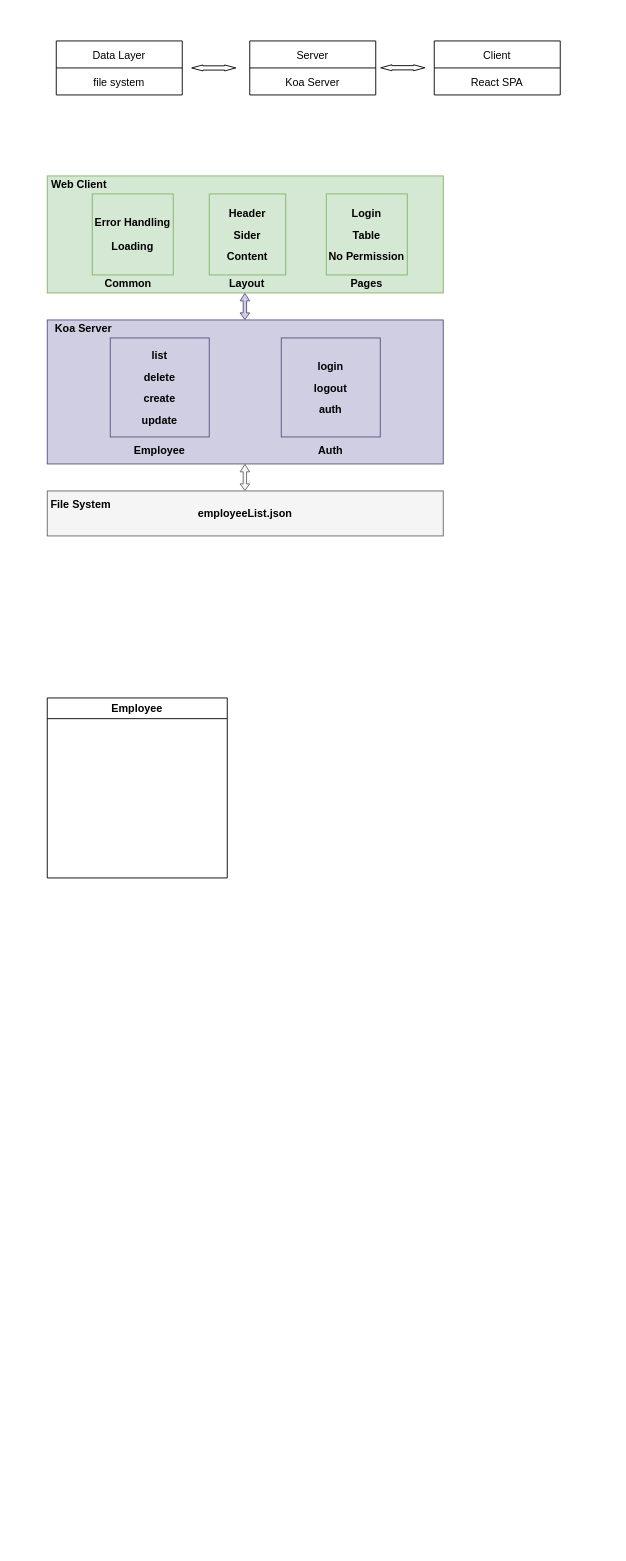
The draw.io diagram shopee entry task.drawio in ykli109/drawio, before the edit. Source tidied: cells renumbered, new cells numbered last; positions are measured from the earlier drawing's top-left corner, leaving out a move shared by most shapes. Both pictures are drawn from the tidied source at 90%, with x=0, y=0 at pixel (42, 40).
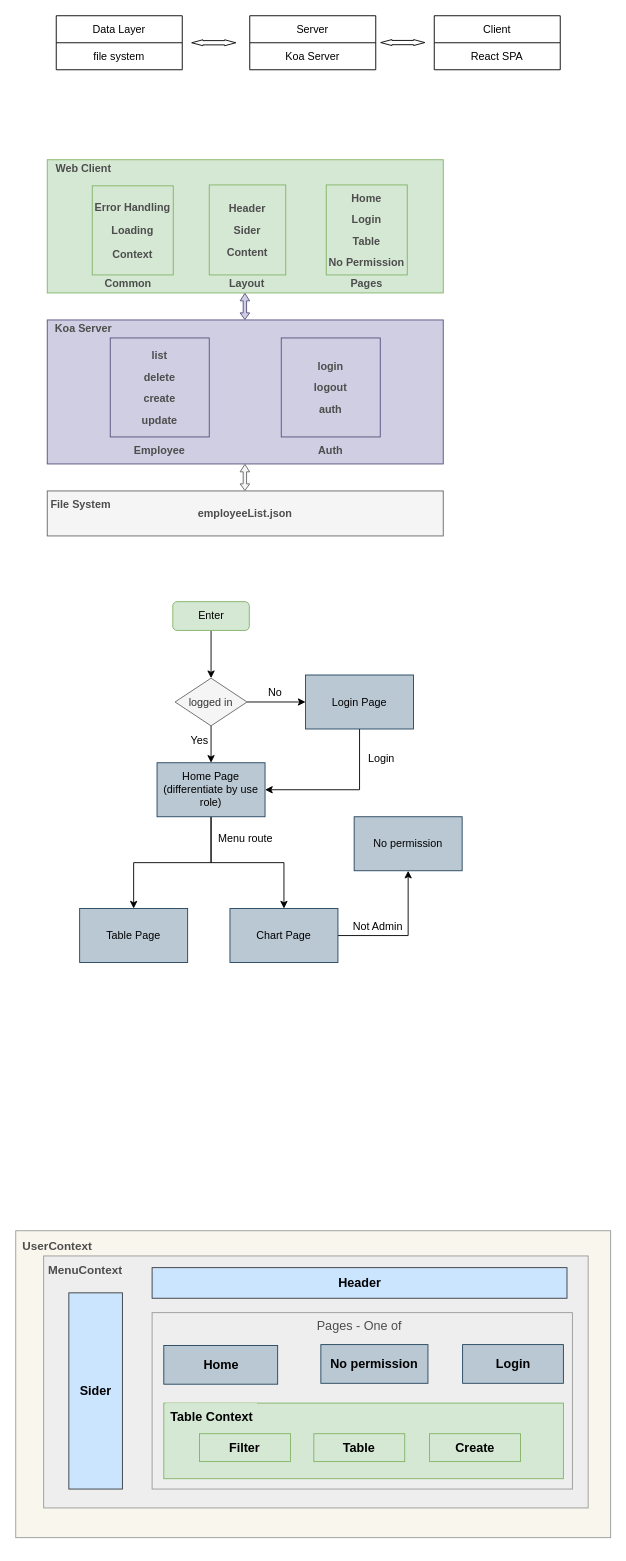
The same diagram, later.

Diff of the diagram source:
```diff
@@
-    <mxCell id="2" style="rounded=0;whiteSpace=wrap;html=1;align=center;fillColor=#d0cee2;strokeColor=#56517e;fontColor=#000000;fontStyle=1;" parent="1" vertex="1">
+    <mxCell id="2" style="rounded=0;whiteSpace=wrap;html=1;align=center;fillColor=#d0cee2;strokeColor=#56517e;fontColor=#4D4D4D;fontStyle=1;" parent="1" vertex="1">
       <mxGeometry x="5" y="310" width="440" height="160" as="geometry" />
     </mxCell>
-    <mxCell id="3" value="Koa Server" style="text;html=1;align=center;verticalAlign=middle;strokeColor=none;fillColor=none;fontColor=#000000;fontStyle=1;" parent="1" vertex="1">
+    <mxCell id="3" value="Koa Server" style="text;html=1;align=center;verticalAlign=middle;strokeColor=none;fillColor=none;fontColor=#4D4D4D;fontStyle=1;" parent="1" vertex="1">
       <mxGeometry x="5" y="310" width="80" height="20" as="geometry" />
     </mxCell>
-    <mxCell id="4" value="&lt;p style=&quot;line-height: 2&quot;&gt;list&lt;br&gt;delete&lt;br&gt;create&lt;br&gt;update&lt;/p&gt;" style="rounded=0;whiteSpace=wrap;html=1;fillColor=#d0cee2;strokeColor=#56517e;fontColor=#000000;fontStyle=1;" parent="1" vertex="1">
+    <mxCell id="4" value="&lt;p style=&quot;line-height: 2&quot;&gt;list&lt;br&gt;delete&lt;br&gt;create&lt;br&gt;update&lt;/p&gt;" style="rounded=0;whiteSpace=wrap;html=1;fillColor=#d0cee2;strokeColor=#56517e;fontColor=#4D4D4D;fontStyle=1;" parent="1" vertex="1">
       <mxGeometry x="75" y="330" width="110" height="110" as="geometry" />
     </mxCell>
-    <mxCell id="5" value="Employee" style="text;html=1;strokeColor=none;fillColor=none;align=center;verticalAlign=middle;whiteSpace=wrap;rounded=0;fontColor=#000000;fontStyle=1;" parent="1" vertex="1">
+    <mxCell id="5" value="Employee" style="text;html=1;strokeColor=none;fillColor=none;align=center;verticalAlign=middle;whiteSpace=wrap;rounded=0;fontColor=#4D4D4D;fontStyle=1;" parent="1" vertex="1">
       <mxGeometry x="100" y="440" width="60" height="30" as="geometry" />
     </mxCell>
-    <mxCell id="6" value="&lt;p style=&quot;line-height: 2&quot;&gt;login&lt;br&gt;logout&lt;br&gt;auth&lt;/p&gt;" style="rounded=0;whiteSpace=wrap;html=1;fillColor=#d0cee2;strokeColor=#56517e;fontColor=#000000;fontStyle=1;" parent="1" vertex="1">
+    <mxCell id="6" value="&lt;p style=&quot;line-height: 2&quot;&gt;login&lt;br&gt;logout&lt;br&gt;auth&lt;/p&gt;" style="rounded=0;whiteSpace=wrap;html=1;fillColor=#d0cee2;strokeColor=#56517e;fontColor=#4D4D4D;fontStyle=1;" parent="1" vertex="1">
       <mxGeometry x="265" y="330" width="110" height="110" as="geometry" />
     </mxCell>
-    <mxCell id="7" value="Auth" style="text;html=1;strokeColor=none;fillColor=none;align=center;verticalAlign=middle;whiteSpace=wrap;rounded=0;fontColor=#000000;fontStyle=1;" parent="1" vertex="1">
+    <mxCell id="7" value="Auth" style="text;html=1;strokeColor=none;fillColor=none;align=center;verticalAlign=middle;whiteSpace=wrap;rounded=0;fontColor=#4D4D4D;fontStyle=1;" parent="1" vertex="1">
       <mxGeometry x="290" y="440" width="60" height="30" as="geometry" />
     </mxCell>
     <mxCell id="8" value="Data Layer" style="swimlane;fontStyle=0;horizontal=1;startSize=30;" parent="1" vertex="1">
-      <mxGeometry x="15" width="140" height="60" as="geometry" />
+      <mxGeometry x="15" y="-28" width="140" height="60" as="geometry" />
     </mxCell>
@@
     <mxCell id="10" value="Server" style="swimlane;fontStyle=0;horizontal=1;startSize=30;" parent="1" vertex="1">
-      <mxGeometry x="230" width="140" height="60" as="geometry" />
+      <mxGeometry x="230" y="-28" width="140" height="60" as="geometry" />
     </mxCell>
@@
     <mxCell id="12" value="Client" style="swimlane;fontStyle=0;horizontal=1;startSize=30;" parent="1" vertex="1">
-      <mxGeometry x="435" width="140" height="60" as="geometry" />
+      <mxGeometry x="435" y="-28" width="140" height="60" as="geometry" />
     </mxCell>
@@
     <mxCell id="14" style="shape=flexArrow;endArrow=classic;startArrow=classic;html=1;rounded=0;width=4.7407407407407405;endSize=3.8087591240875915;endWidth=0.9137604758042716;startWidth=0.9137604758042716;startSize=3.8087591240875915;" parent="1" edge="1">
       <mxGeometry relative="1" as="geometry">
-        <mxPoint x="165" y="30" as="sourcePoint" />
-        <mxPoint x="215" y="30" as="targetPoint" />
+        <mxPoint x="165" y="2" as="sourcePoint" />
+        <mxPoint x="215" y="2" as="targetPoint" />
       </mxGeometry>
     </mxCell>
     <mxCell id="15" style="shape=flexArrow;endArrow=classic;startArrow=classic;html=1;rounded=0;width=4.7407407407407405;endSize=3.8087591240875915;endWidth=0.9137604758042716;startWidth=0.9137604758042716;startSize=3.8087591240875915;" parent="1" edge="1">
       <mxGeometry relative="1" as="geometry">
-        <mxPoint x="375" y="29.8" as="sourcePoint" />
-        <mxPoint x="425" y="29.8" as="targetPoint" />
+        <mxPoint x="375" y="1.8" as="sourcePoint" />
+        <mxPoint x="425" y="1.8" as="targetPoint" />
       </mxGeometry>
     </mxCell>
-    <mxCell id="16" value="employeeList.json" style="rounded=0;whiteSpace=wrap;html=1;align=center;fillColor=#f5f5f5;fontColor=#000000;strokeColor=#666666;fontStyle=1;" parent="1" vertex="1">
+    <mxCell id="16" value="employeeList.json" style="rounded=0;whiteSpace=wrap;html=1;align=center;fillColor=#f5f5f5;fontColor=#4D4D4D;strokeColor=#666666;fontStyle=1;" parent="1" vertex="1">
       <mxGeometry x="5" y="500" width="440" height="50" as="geometry" />
     </mxCell>
-    <mxCell id="17" value="File System" style="text;html=1;strokeColor=none;fillColor=none;align=center;verticalAlign=middle;whiteSpace=wrap;rounded=0;fontColor=#000000;fontStyle=1;" parent="1" vertex="1">
+    <mxCell id="17" value="File System" style="text;html=1;strokeColor=none;fillColor=none;align=center;verticalAlign=middle;whiteSpace=wrap;rounded=0;fontColor=#4D4D4D;fontStyle=1;" parent="1" vertex="1">
       <mxGeometry x="5" y="500" width="75" height="30" as="geometry" />
     </mxCell>
-    <mxCell id="18" value="Employee" style="swimlane;" parent="1" vertex="1">
-      <mxGeometry x="5" y="730" width="200" height="200" as="geometry" />
-    </mxCell>
-    <mxCell id="19" style="rounded=0;whiteSpace=wrap;html=1;align=center;fillColor=#d5e8d4;strokeColor=#82b366;fontColor=#000000;fontStyle=1;" parent="1" vertex="1">
-      <mxGeometry x="5" y="150" width="440" height="130" as="geometry" />
+    <mxCell id="19" style="rounded=0;whiteSpace=wrap;html=1;align=center;fillColor=#d5e8d4;strokeColor=#82b366;fontColor=#4D4D4D;fontStyle=1;" parent="1" vertex="1">
+      <mxGeometry x="5" y="132" width="440" height="148" as="geometry" />
     </mxCell>
-    <mxCell id="20" value="Web Client" style="text;html=1;align=center;verticalAlign=middle;strokeColor=none;fillColor=none;fontColor=#000000;fontStyle=1;" parent="1" vertex="1">
-      <mxGeometry y="150" width="80" height="20" as="geometry" />
+    <mxCell id="20" value="Web Client" style="text;html=1;align=center;verticalAlign=middle;strokeColor=none;fillColor=none;fontColor=#4D4D4D;fontStyle=1;" parent="1" vertex="1">
+      <mxGeometry x="5" y="132" width="80" height="20" as="geometry" />
     </mxCell>
-    <mxCell id="21" value="&lt;p style=&quot;line-height: 2&quot;&gt;Header&lt;br&gt;Sider&lt;br&gt;Content&lt;br&gt;&lt;/p&gt;" style="rounded=0;whiteSpace=wrap;html=1;fillColor=#d5e8d4;strokeColor=#82b366;fontColor=#000000;fontStyle=1;" parent="1" vertex="1">
-      <mxGeometry x="185" y="170" width="85" height="90" as="geometry" />
+    <mxCell id="21" value="&lt;p style=&quot;line-height: 2&quot;&gt;Header&lt;br&gt;Sider&lt;br&gt;Content&lt;br&gt;&lt;/p&gt;" style="rounded=0;whiteSpace=wrap;html=1;fillColor=#d5e8d4;strokeColor=#82b366;fontColor=#4D4D4D;fontStyle=1;" parent="1" vertex="1">
+      <mxGeometry x="185" y="160" width="85" height="100" as="geometry" />
     </mxCell>
-    <mxCell id="22" value="&lt;p style=&quot;line-height: 1&quot;&gt;Login&lt;/p&gt;&lt;p style=&quot;line-height: 1&quot;&gt;Table&lt;/p&gt;&lt;p style=&quot;line-height: 1&quot;&gt;No Permission&lt;/p&gt;" style="rounded=0;whiteSpace=wrap;html=1;fillColor=#d5e8d4;strokeColor=#82b366;fontColor=#000000;fontStyle=1;" parent="1" vertex="1">
-      <mxGeometry x="315" y="170" width="90" height="90" as="geometry" />
+    <mxCell id="22" value="&lt;p style=&quot;line-height: 1&quot;&gt;Home&lt;/p&gt;&lt;p style=&quot;line-height: 1&quot;&gt;Login&lt;/p&gt;&lt;p style=&quot;line-height: 1&quot;&gt;Table&lt;/p&gt;&lt;p style=&quot;line-height: 1&quot;&gt;No Permission&lt;/p&gt;" style="rounded=0;whiteSpace=wrap;html=1;fillColor=#d5e8d4;strokeColor=#82b366;fontColor=#4D4D4D;fontStyle=1;" parent="1" vertex="1">
+      <mxGeometry x="315" y="160" width="90" height="100" as="geometry" />
     </mxCell>
-    <mxCell id="23" value="&lt;p style=&quot;line-height: 1.2&quot;&gt;Error Handling&lt;/p&gt;&lt;p style=&quot;line-height: 1.2&quot;&gt;Loading&lt;/p&gt;" style="rounded=0;whiteSpace=wrap;html=1;fillColor=#d5e8d4;strokeColor=#82b366;fontColor=#000000;fontStyle=1;" parent="1" vertex="1">
-      <mxGeometry x="55" y="170" width="90" height="90" as="geometry" />
+    <mxCell id="23" value="&lt;p style=&quot;line-height: 1.2&quot;&gt;Error Handling&lt;/p&gt;&lt;p style=&quot;line-height: 1.2&quot;&gt;Loading&lt;/p&gt;&lt;p style=&quot;line-height: 1.2&quot;&gt;Context&lt;/p&gt;" style="rounded=0;whiteSpace=wrap;html=1;fillColor=#d5e8d4;strokeColor=#82b366;fontColor=#4D4D4D;fontStyle=1;" parent="1" vertex="1">
+      <mxGeometry x="55" y="161" width="90" height="99" as="geometry" />
     </mxCell>
-    <mxCell id="24" value="Common" style="text;html=1;strokeColor=none;fillColor=none;align=center;verticalAlign=middle;whiteSpace=wrap;rounded=0;fontColor=#000000;fontStyle=1;" parent="1" vertex="1">
+    <mxCell id="24" value="Common" style="text;html=1;strokeColor=none;fillColor=none;align=center;verticalAlign=middle;whiteSpace=wrap;rounded=0;fontColor=#4D4D4D;fontStyle=1;" parent="1" vertex="1">
       <mxGeometry x="65" y="260" width="60" height="20" as="geometry" />
     </mxCell>
-    <mxCell id="25" value="Layout" style="text;html=1;strokeColor=none;fillColor=none;align=center;verticalAlign=middle;whiteSpace=wrap;rounded=0;fontColor=#000000;fontStyle=1;" parent="1" vertex="1">
+    <mxCell id="25" value="Layout" style="text;html=1;strokeColor=none;fillColor=none;align=center;verticalAlign=middle;whiteSpace=wrap;rounded=0;fontColor=#4D4D4D;fontStyle=1;" parent="1" vertex="1">
       <mxGeometry x="197.5" y="260" width="57.5" height="20" as="geometry" />
     </mxCell>
-    <mxCell id="26" value="Pages" style="text;html=1;strokeColor=none;fillColor=none;align=center;verticalAlign=middle;whiteSpace=wrap;rounded=0;fontColor=#000000;fontStyle=1;" parent="1" vertex="1">
+    <mxCell id="26" value="Pages" style="text;html=1;strokeColor=none;fillColor=none;align=center;verticalAlign=middle;whiteSpace=wrap;rounded=0;fontColor=#4D4D4D;fontStyle=1;" parent="1" vertex="1">
       <mxGeometry x="331.2" y="260" width="57.5" height="20" as="geometry" />
     </mxCell>
-    <mxCell id="27" style="shape=flexArrow;endArrow=classic;startArrow=classic;html=1;rounded=0;fontColor=#000000;endWidth=5.766871165644171;endSize=2.411764705882353;startWidth=5.766871165644171;startSize=2.1231578947368424;width=3.789473684210526;fillColor=#d0cee2;strokeColor=#56517e;" parent="1" edge="1">
+    <mxCell id="27" style="shape=flexArrow;endArrow=classic;startArrow=classic;html=1;rounded=0;fontColor=#4D4D4D;endWidth=5.766871165644171;endSize=2.411764705882353;startWidth=5.766871165644171;startSize=2.1231578947368424;width=3.789473684210526;fillColor=#d0cee2;strokeColor=#56517e;" parent="1" edge="1">
       <mxGeometry relative="1" as="geometry">
         <mxPoint x="224.6" y="310" as="sourcePoint" />
         <mxPoint x="224.6" y="280" as="targetPoint" />
       </mxGeometry>
     </mxCell>
-    <mxCell id="28" style="shape=flexArrow;endArrow=classic;startArrow=classic;html=1;rounded=0;fontColor=#000000;endWidth=5.766871165644171;endSize=2.411764705882353;startWidth=5.766871165644171;startSize=2.1231578947368424;width=3.789473684210526;fillColor=#f5f5f5;strokeColor=#666666;" parent="1" edge="1">
+    <mxCell id="28" style="shape=flexArrow;endArrow=classic;startArrow=classic;html=1;rounded=0;fontColor=#4D4D4D;endWidth=5.766871165644171;endSize=2.411764705882353;startWidth=5.766871165644171;startSize=2.1231578947368424;width=3.789473684210526;fillColor=#f5f5f5;strokeColor=#666666;" parent="1" edge="1">
       <mxGeometry relative="1" as="geometry">
         <mxPoint x="224.6" y="500" as="sourcePoint" />
         <mxPoint x="224.6" y="470" as="targetPoint" />
       </mxGeometry>
     </mxCell>
+    <mxCell id="29" style="edgeStyle=orthogonalEdgeStyle;rounded=0;jettySize=auto;html=1;exitX=0.5;exitY=1;exitDx=0;exitDy=0;entryX=0.5;entryY=0;entryDx=0;entryDy=0;" parent="1" edge="1" source="30" target="33">
+      <mxGeometry relative="1" as="geometry" />
+    </mxCell>
+    <mxCell id="30" value="Enter" style="rounded=1;whiteSpace=wrap;html=1;fillColor=#d5e8d4;strokeColor=#82b366;" parent="1" vertex="1">
+      <mxGeometry x="144.5" y="623" width="85" height="32" as="geometry" />
+    </mxCell>
+    <mxCell id="31" style="edgeStyle=orthogonalEdgeStyle;rounded=0;jettySize=auto;html=1;exitX=1;exitY=0.5;exitDx=0;exitDy=0;entryX=0;entryY=0.5;entryDx=0;entryDy=0;" parent="1" edge="1" source="33" target="36">
+      <mxGeometry relative="1" as="geometry" />
+    </mxCell>
+    <mxCell id="32" style="edgeStyle=orthogonalEdgeStyle;rounded=0;jettySize=auto;html=1;exitX=0.5;exitY=1;exitDx=0;exitDy=0;entryX=0.5;entryY=0;entryDx=0;entryDy=0;" parent="1" edge="1" source="33" target="39">
+      <mxGeometry relative="1" as="geometry" />
+    </mxCell>
+    <mxCell id="33" value="logged in" style="rhombus;whiteSpace=wrap;html=1;fillColor=#f5f5f5;strokeColor=#666666;fontColor=#333333;" parent="1" vertex="1">
+      <mxGeometry x="147" y="708" width="80" height="53" as="geometry" />
+    </mxCell>
+    <mxCell id="34" style="edgeStyle=orthogonalEdgeStyle;rounded=0;orthogonalLoop=1;jettySize=auto;html=1;exitX=0.5;exitY=1;exitDx=0;exitDy=0;" parent="1" edge="1" source="33" target="33">
+      <mxGeometry relative="1" as="geometry" />
+    </mxCell>
+    <mxCell id="35" style="edgeStyle=orthogonalEdgeStyle;rounded=0;jettySize=auto;html=1;exitX=0.5;exitY=1;exitDx=0;exitDy=0;entryX=1;entryY=0.5;entryDx=0;entryDy=0;" parent="1" edge="1" source="36" target="39">
+      <mxGeometry relative="1" as="geometry" />
+    </mxCell>
+    <mxCell id="36" value="Login Page" style="rounded=0;whiteSpace=wrap;html=1;fillColor=#bac8d3;strokeColor=#23445d;" parent="1" vertex="1">
+      <mxGeometry x="292" y="704.5" width="120" height="60" as="geometry" />
+    </mxCell>
+    <mxCell id="37" style="edgeStyle=orthogonalEdgeStyle;rounded=0;jettySize=auto;html=1;exitX=0.5;exitY=1;exitDx=0;exitDy=0;entryX=0.5;entryY=0;entryDx=0;entryDy=0;" parent="1" edge="1" source="39" target="40">
+      <mxGeometry relative="1" as="geometry" />
+    </mxCell>
+    <mxCell id="38" style="edgeStyle=orthogonalEdgeStyle;rounded=0;jettySize=auto;html=1;exitX=0.5;exitY=1;exitDx=0;exitDy=0;" parent="1" edge="1" source="39" target="46">
+      <mxGeometry relative="1" as="geometry" />
+    </mxCell>
+    <mxCell id="39" value="Home Page&lt;br&gt;(differentiate by use role)" style="rounded=0;whiteSpace=wrap;html=1;fillColor=#bac8d3;strokeColor=#23445d;" parent="1" vertex="1">
+      <mxGeometry x="127" y="802" width="120" height="60" as="geometry" />
+    </mxCell>
+    <mxCell id="40" value="Table Page" style="rounded=0;whiteSpace=wrap;html=1;fillColor=#bac8d3;strokeColor=#23445d;" parent="1" vertex="1">
+      <mxGeometry x="41" y="964" width="120" height="60" as="geometry" />
+    </mxCell>
+    <mxCell id="41" value="Yes" style="text;html=1;align=center;verticalAlign=middle;strokeColor=none;fillColor=none;" parent="1" vertex="1">
+      <mxGeometry x="159" y="769" width="30" height="18" as="geometry" />
+    </mxCell>
+    <mxCell id="42" value="No" style="text;html=1;align=center;verticalAlign=middle;strokeColor=none;fillColor=none;" parent="1" vertex="1">
+      <mxGeometry x="245" y="715" width="25" height="18" as="geometry" />
+    </mxCell>
+    <mxCell id="43" value="Login" style="text;html=1;align=center;verticalAlign=middle;strokeColor=none;fillColor=none;" parent="1" vertex="1">
+      <mxGeometry x="356" y="789" width="39" height="18" as="geometry" />
+    </mxCell>
+    <mxCell id="44" value="Menu route" style="text;html=1;align=center;verticalAlign=middle;strokeColor=none;fillColor=none;" parent="1" vertex="1">
+      <mxGeometry x="189" y="878" width="71" height="18" as="geometry" />
+    </mxCell>
+    <mxCell id="45" style="edgeStyle=orthogonalEdgeStyle;rounded=0;jettySize=auto;html=1;exitX=1;exitY=0.5;exitDx=0;exitDy=0;entryX=0.5;entryY=1;entryDx=0;entryDy=0;" parent="1" edge="1" source="46" target="47">
+      <mxGeometry relative="1" as="geometry" />
+    </mxCell>
+    <mxCell id="46" value="Chart Page" style="rounded=0;whiteSpace=wrap;html=1;fillColor=#bac8d3;strokeColor=#23445d;" parent="1" vertex="1">
+      <mxGeometry x="208" y="964" width="120" height="60" as="geometry" />
+    </mxCell>
+    <mxCell id="47" value="No permission" style="rounded=0;whiteSpace=wrap;html=1;fillColor=#bac8d3;strokeColor=#23445d;" parent="1" vertex="1">
+      <mxGeometry x="346" y="862" width="120" height="60" as="geometry" />
+    </mxCell>
+    <mxCell id="48" value="Not Admin" style="text;html=1;align=center;verticalAlign=middle;strokeColor=none;fillColor=none;" parent="1" vertex="1">
+      <mxGeometry x="339" y="975" width="65" height="18" as="geometry" />
+    </mxCell>
+    <mxCell id="49" style="rounded=0;whiteSpace=wrap;html=1;fillColor=#f9f7ed;strokeColor=#999999;" parent="1" vertex="1">
+      <mxGeometry x="-30" y="1322" width="661" height="341" as="geometry" />
+    </mxCell>
+    <mxCell id="50" value="UserContext" style="text;html=1;strokeColor=none;fillColor=none;align=center;verticalAlign=middle;whiteSpace=wrap;rounded=0;fontColor=#4D4D4D;fontSize=13;fontStyle=1;" parent="1" vertex="1">
+      <mxGeometry x="-30" y="1324" width="93" height="30" as="geometry" />
+    </mxCell>
+    <mxCell id="51" style="rounded=0;whiteSpace=wrap;html=1;fillColor=#eeeeee;strokeColor=#999999;" parent="1" vertex="1">
+      <mxGeometry x="1" y="1350" width="605" height="280" as="geometry" />
+    </mxCell>
+    <mxCell id="52" value="MenuContext" style="text;html=1;strokeColor=none;fillColor=none;align=center;verticalAlign=middle;whiteSpace=wrap;rounded=0;fontColor=#4D4D4D;fontStyle=1;fontSize=13;" parent="1" vertex="1">
+      <mxGeometry x="1" y="1350" width="93" height="30" as="geometry" />
+    </mxCell>
+    <mxCell id="53" style="rounded=0;whiteSpace=wrap;html=1;fillColor=#d5e8d4;strokeColor=#82b366;fontSize=14;fontStyle=1;" parent="1" vertex="1">
+      <mxGeometry x="134.5" y="1513.5" width="444" height="84" as="geometry" />
+    </mxCell>
+    <mxCell id="54" value="No permission" style="rounded=0;whiteSpace=wrap;html=1;fillColor=#bac8d3;strokeColor=#23445d;fontSize=14;fontStyle=1;" parent="1" vertex="1">
+      <mxGeometry x="309" y="1448.5" width="119" height="43" as="geometry" />
+    </mxCell>
+    <mxCell id="55" value="Login" style="rounded=0;whiteSpace=wrap;html=1;fillColor=#bac8d3;strokeColor=#23445d;fontSize=14;fontStyle=1;" parent="1" vertex="1">
+      <mxGeometry x="466.5" y="1448.5" width="112" height="43" as="geometry" />
+    </mxCell>
+    <mxCell id="56" value="Home" style="rounded=0;whiteSpace=wrap;html=1;fillColor=#bac8d3;strokeColor=#23445d;fontSize=14;fontStyle=1;" parent="1" vertex="1">
+      <mxGeometry x="134.5" y="1449.5" width="126.5" height="43" as="geometry" />
+    </mxCell>
+    <mxCell id="57" value="Table Context" style="text;html=1;strokeColor=none;fillColor=#d5e8d4;align=center;verticalAlign=middle;whiteSpace=wrap;rounded=0;fontSize=14;fontStyle=1;" parent="1" vertex="1">
+      <mxGeometry x="136.5" y="1513.5" width="101.5" height="30" as="geometry" />
+    </mxCell>
+    <mxCell id="58" value="Filter" style="rounded=0;whiteSpace=wrap;html=1;fillColor=#d5e8d4;strokeColor=#82b366;fontSize=14;fontStyle=1;" parent="1" vertex="1">
+      <mxGeometry x="174.2" y="1547.5" width="101" height="31" as="geometry" />
+    </mxCell>
+    <mxCell id="59" value="Table" style="rounded=0;whiteSpace=wrap;html=1;fillColor=#d5e8d4;strokeColor=#82b366;fontSize=14;fontStyle=1;" parent="1" vertex="1">
+      <mxGeometry x="301.2" y="1547.5" width="101" height="31" as="geometry" />
+    </mxCell>
+    <mxCell id="60" value="Create" style="rounded=0;whiteSpace=wrap;html=1;fillColor=#d5e8d4;strokeColor=#82b366;fontSize=14;fontStyle=1;" parent="1" vertex="1">
+      <mxGeometry x="429.8" y="1547.5" width="101" height="31" as="geometry" />
+    </mxCell>
+    <mxCell id="61" style="edgeStyle=orthogonalEdgeStyle;rounded=0;orthogonalLoop=1;jettySize=auto;html=1;exitX=0.5;exitY=1;exitDx=0;exitDy=0;fontColor=#4D4D4D;" parent="1" edge="1" source="49" target="49">
+      <mxGeometry relative="1" as="geometry" />
+    </mxCell>
+    <mxCell id="62" style="rounded=0;whiteSpace=wrap;html=1;fontSize=14;fontColor=#4D4D4D;labelBackgroundColor=none;fillColor=none;strokeColor=#999999;" parent="1" vertex="1">
+      <mxGeometry x="121.5" y="1413" width="467" height="196" as="geometry" />
+    </mxCell>
+    <mxCell id="63" value="Header" style="rounded=0;whiteSpace=wrap;html=1;labelBackgroundColor=none;fontSize=14;strokeColor=#36393d;fillColor=#cce5ff;fontStyle=1;" parent="1" vertex="1">
+      <mxGeometry x="121.5" y="1363" width="461" height="34" as="geometry" />
+    </mxCell>
+    <mxCell id="64" value="Sider" style="rounded=0;whiteSpace=wrap;html=1;labelBackgroundColor=none;fontSize=14;strokeColor=#36393d;fillColor=#cce5ff;fontStyle=1;" parent="1" vertex="1">
+      <mxGeometry x="29" y="1391" width="59.5" height="218" as="geometry" />
+    </mxCell>
+    <mxCell id="65" value="Pages - One of" style="text;html=1;strokeColor=none;fillColor=none;align=center;verticalAlign=middle;whiteSpace=wrap;rounded=0;labelBackgroundColor=none;fontSize=14;fontColor=#4D4D4D;" parent="1" vertex="1">
+      <mxGeometry x="297" y="1413" width="110" height="30" as="geometry" />
+    </mxCell>
```
